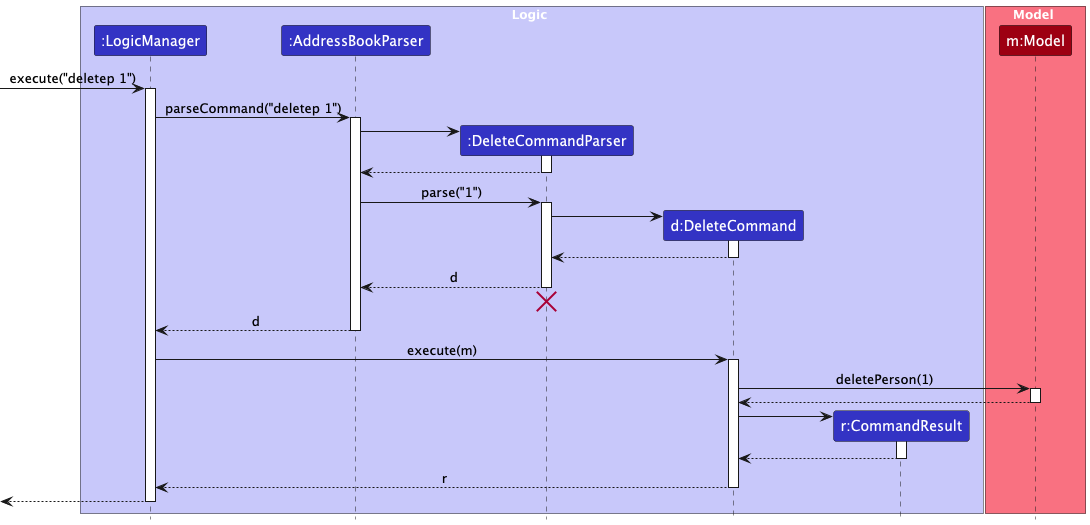
Above: docs/images/DeleteSequenceDiagramNew.png in nus-cs2103-AY2425S1/tp (PlantUML), before the change.
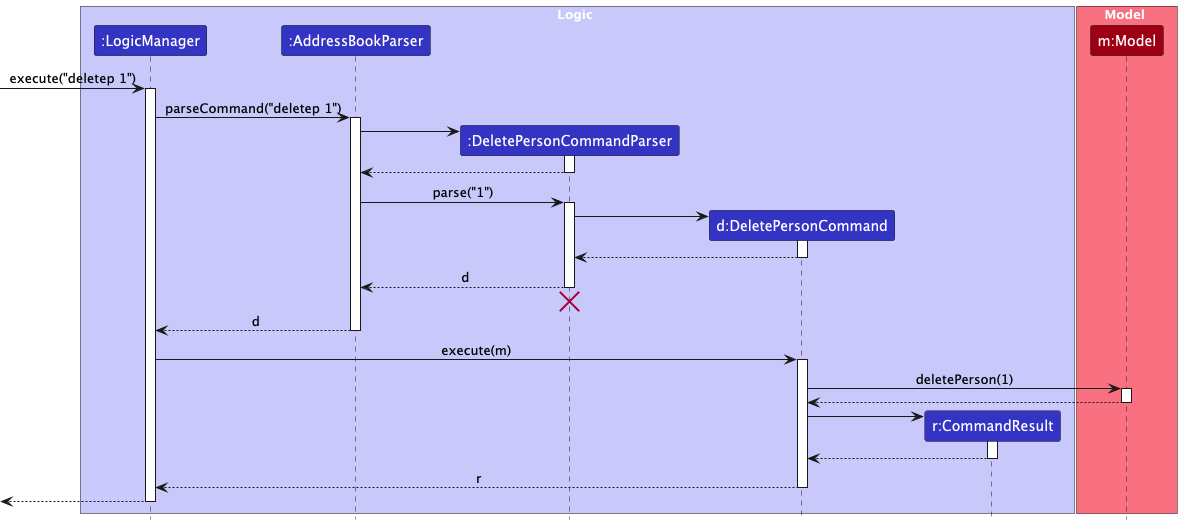
The same file after the commit.

Diff of the diagram source:
```diff
@@ -5,8 +5,8 @@
 box Logic LOGIC_COLOR_T1
 participant ":LogicManager" as LogicManager LOGIC_COLOR
 participant ":AddressBookParser" as AddressBookParser LOGIC_COLOR
-participant ":DeleteCommandParser" as DeleteCommandParser LOGIC_COLOR
-participant "d:DeleteCommand" as DeleteCommand LOGIC_COLOR
+participant ":DeletePersonCommandParser" as DeletePersonCommandParser LOGIC_COLOR
+participant "d:DeletePersonCommand" as DeletePersonCommand LOGIC_COLOR
 participant "r:CommandResult" as CommandResult LOGIC_COLOR
 end box
 
@@ -20,49 +20,49 @@
 LogicManager -> AddressBookParser : parseCommand("deletep 1")
 activate AddressBookParser
 
-create DeleteCommandParser
-AddressBookParser -> DeleteCommandParser
-activate DeleteCommandParser
+create DeletePersonCommandParser
+AddressBookParser -> DeletePersonCommandParser
+activate DeletePersonCommandParser
 
-DeleteCommandParser --> AddressBookParser
-deactivate DeleteCommandParser
+DeletePersonCommandParser --> AddressBookParser
+deactivate DeletePersonCommandParser
 
-AddressBookParser -> DeleteCommandParser : parse("1")
-activate DeleteCommandParser
+AddressBookParser -> DeletePersonCommandParser : parse("1")
+activate DeletePersonCommandParser
 
-create DeleteCommand
-DeleteCommandParser -> DeleteCommand
-activate DeleteCommand
+create DeletePersonCommand
+DeletePersonCommandParser -> DeletePersonCommand
+activate DeletePersonCommand
 
-DeleteCommand --> DeleteCommandParser :
-deactivate DeleteCommand
+DeletePersonCommand --> DeletePersonCommandParser :
+deactivate DeletePersonCommand
 
-DeleteCommandParser --> AddressBookParser : d
-deactivate DeleteCommandParser
-DeleteCommandParser -[hidden]-> AddressBookParser
-destroy DeleteCommandParser
+DeletePersonCommandParser --> AddressBookParser : d
+deactivate DeletePersonCommandParser
+DeletePersonCommandParser -[hidden]-> AddressBookParser
+destroy DeletePersonCommandParser
 
 AddressBookParser --> LogicManager : d
 deactivate AddressBookParser
 
-LogicManager -> DeleteCommand : execute(m)
-activate DeleteCommand
+LogicManager -> DeletePersonCommand : execute(m)
+activate DeletePersonCommand
 
-DeleteCommand -> Model : deletePerson(1)
+DeletePersonCommand -> Model : deletePerson(1)
 activate Model
 
-Model --> DeleteCommand
+Model --> DeletePersonCommand
 deactivate Model
 
 create CommandResult
-DeleteCommand -> CommandResult
+DeletePersonCommand -> CommandResult
 activate CommandResult
 
-CommandResult --> DeleteCommand
+CommandResult --> DeletePersonCommand
 deactivate CommandResult
 
-DeleteCommand --> LogicManager : r
-deactivate DeleteCommand
+DeletePersonCommand --> LogicManager : r
+deactivate DeletePersonCommand
 
 [<--LogicManager
 deactivate LogicManager
```
